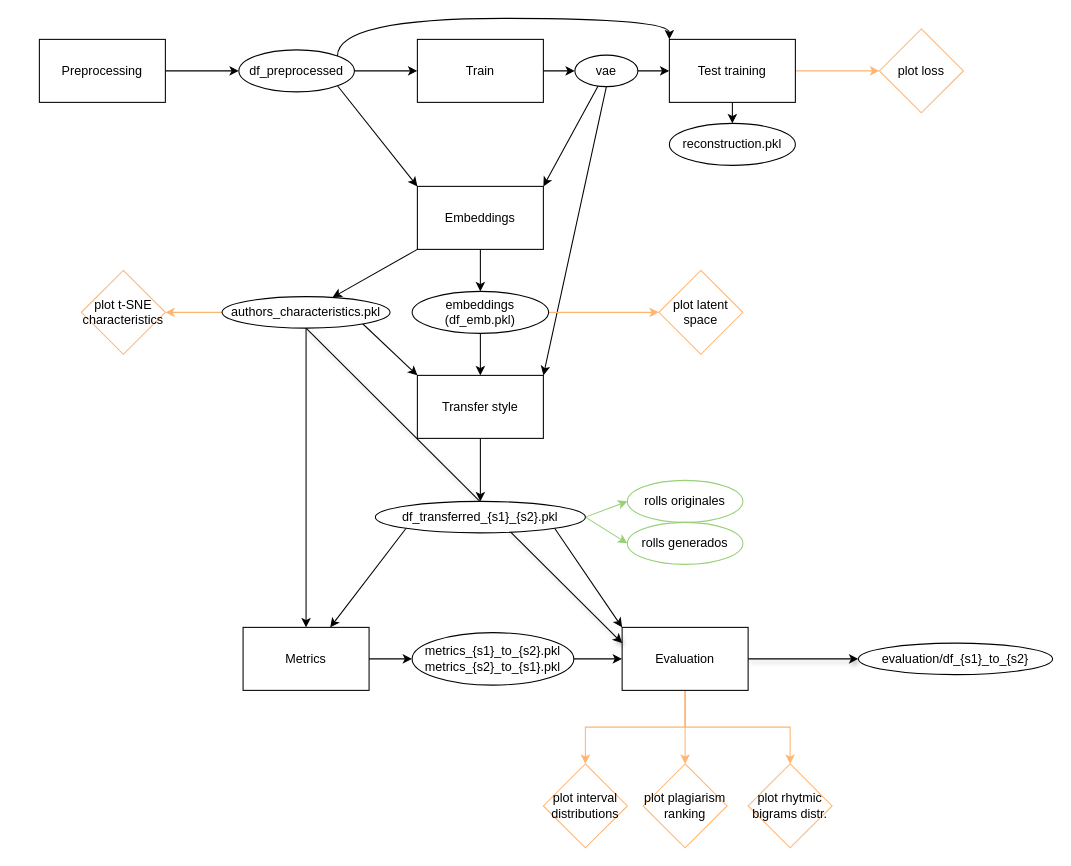
LucasSom/style-transfer keeps this draw.io diagram as docs/diagrama_style_transfer.drawio. Above is the earlier version. Source tidied: cells renumbered, new cells numbered last; positions are measured from the earlier drawing's top-left corner, leaving out a move shared by most shapes. Both pictures are drawn from the tidied source at 105%, with x=0, y=0 at pixel (39, 18).
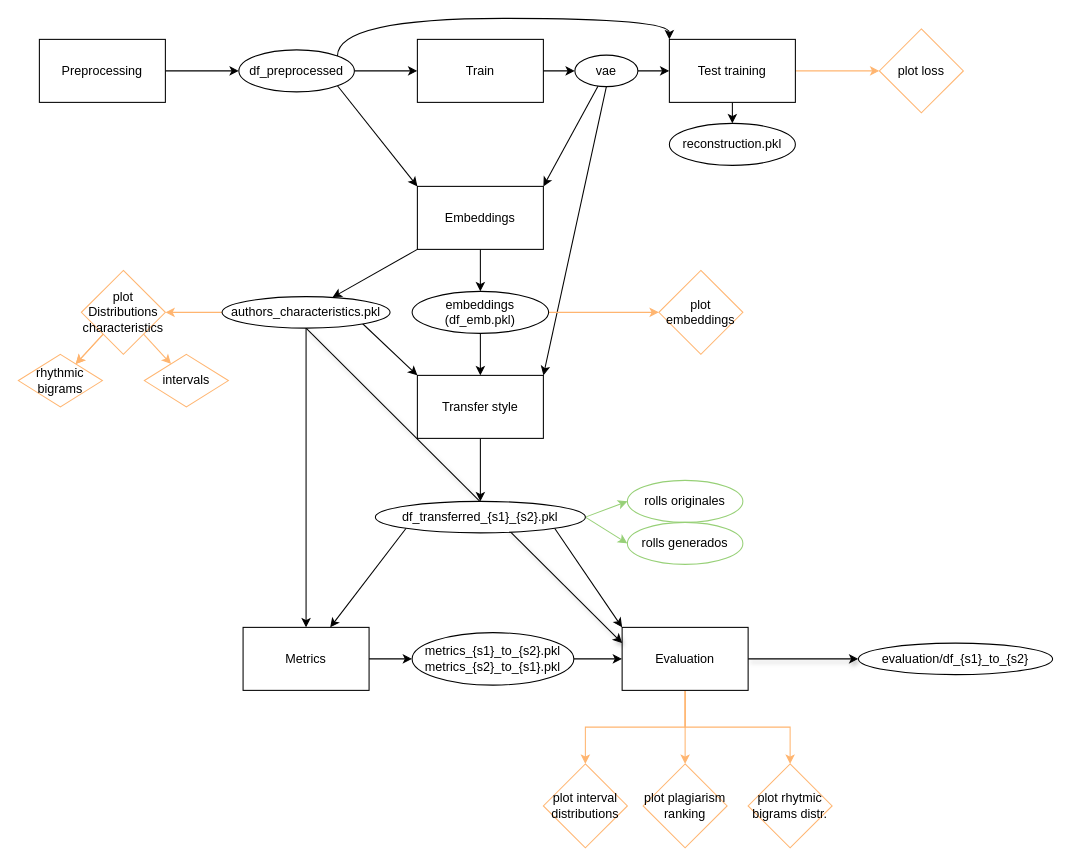
Above is the later version.

Commit message (it also covers changes not shown here):
plot distributions on task + updated documentation

What changed in the source:
```diff
@@
+    <mxCell id="54" style="rounded=0;jettySize=auto;html=1;strokeColor=#FFB570;" parent="1" edge="1" source="49" target="57">
+      <mxGeometry relative="1" as="geometry" />
+    </mxCell>
+    <mxCell id="55" style="edgeStyle=none;rounded=0;jettySize=auto;html=1;strokeColor=#FFB570;" parent="1" edge="1" source="49" target="57">
+      <mxGeometry relative="1" as="geometry" />
+    </mxCell>
+    <mxCell id="56" style="edgeStyle=none;rounded=0;jettySize=auto;html=1;strokeColor=#FFB570;" parent="1" edge="1" source="49" target="58">
+      <mxGeometry relative="1" as="geometry" />
+    </mxCell>
-    <mxCell id="49" value="plot t-SNE characteristics" style="rhombus;whiteSpace=wrap;html=1;rounded=0;strokeColor=#FFB570;" parent="1" vertex="1">
+    <mxCell id="49" value="plot Distributions characteristics" style="rhombus;whiteSpace=wrap;html=1;rounded=0;strokeColor=#FFB570;" parent="1" vertex="1">
       <mxGeometry x="40" y="240" width="80" height="80" as="geometry" />
     </mxCell>
@@
-    <mxCell id="53" value="plot latent space" style="rhombus;whiteSpace=wrap;html=1;rounded=0;strokeColor=#FFB570;" parent="1" vertex="1">
+    <mxCell id="53" value="plot embeddings" style="rhombus;whiteSpace=wrap;html=1;rounded=0;strokeColor=#FFB570;" parent="1" vertex="1">
       <mxGeometry x="590" y="240" width="80" height="80" as="geometry" />
     </mxCell>
+    <mxCell id="57" value="rhythmic bigrams" style="rhombus;whiteSpace=wrap;html=1;rounded=0;strokeColor=#FFB570;" parent="1" vertex="1">
+      <mxGeometry x="-20" y="320" width="80" height="50" as="geometry" />
+    </mxCell>
+    <mxCell id="58" value="intervals" style="rhombus;whiteSpace=wrap;html=1;rounded=0;strokeColor=#FFB570;" parent="1" vertex="1">
+      <mxGeometry x="100" y="320" width="80" height="50" as="geometry" />
+    </mxCell>
```
